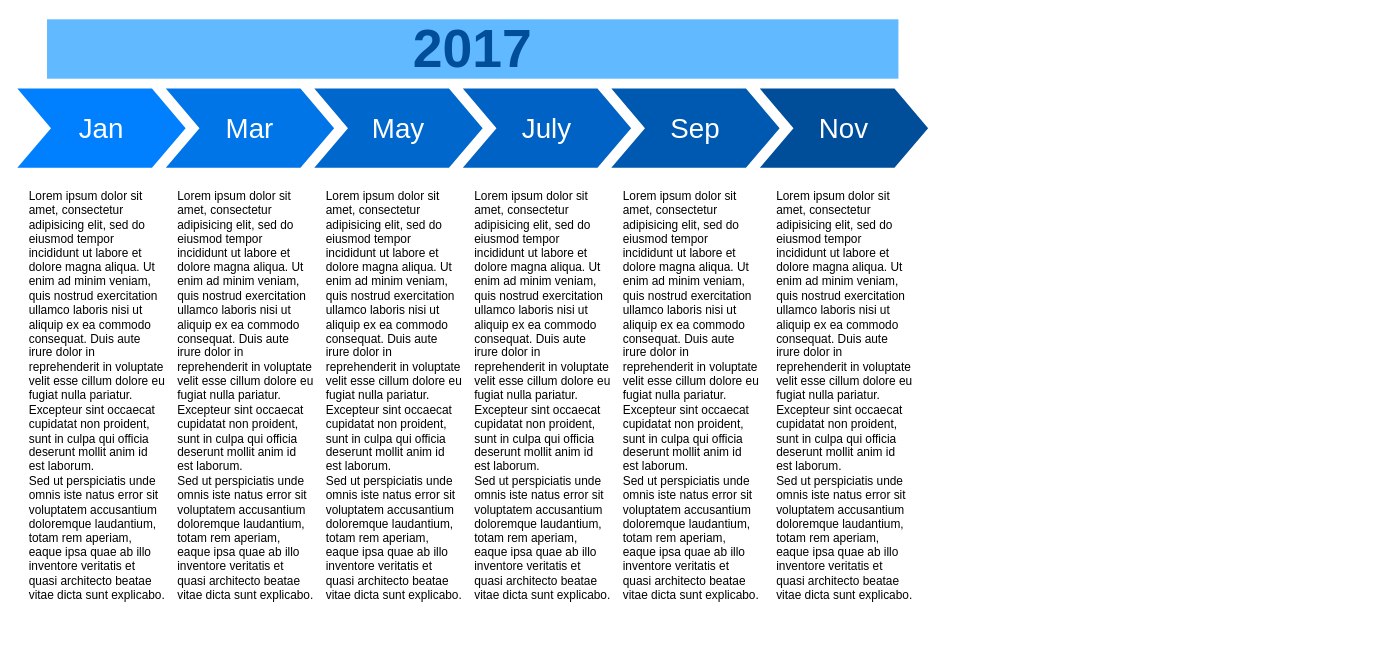
Before: 性能分析.drawio in hottaiger/gitTest, a draw.io diagram. Source tidied: cells renumbered, new cells numbered last; positions are measured from the earlier drawing's top-left corner, leaving out a move shared by most shapes. Both pictures are drawn from the tidied source at 99%, with x=0, y=0 at pixel (17, 19).
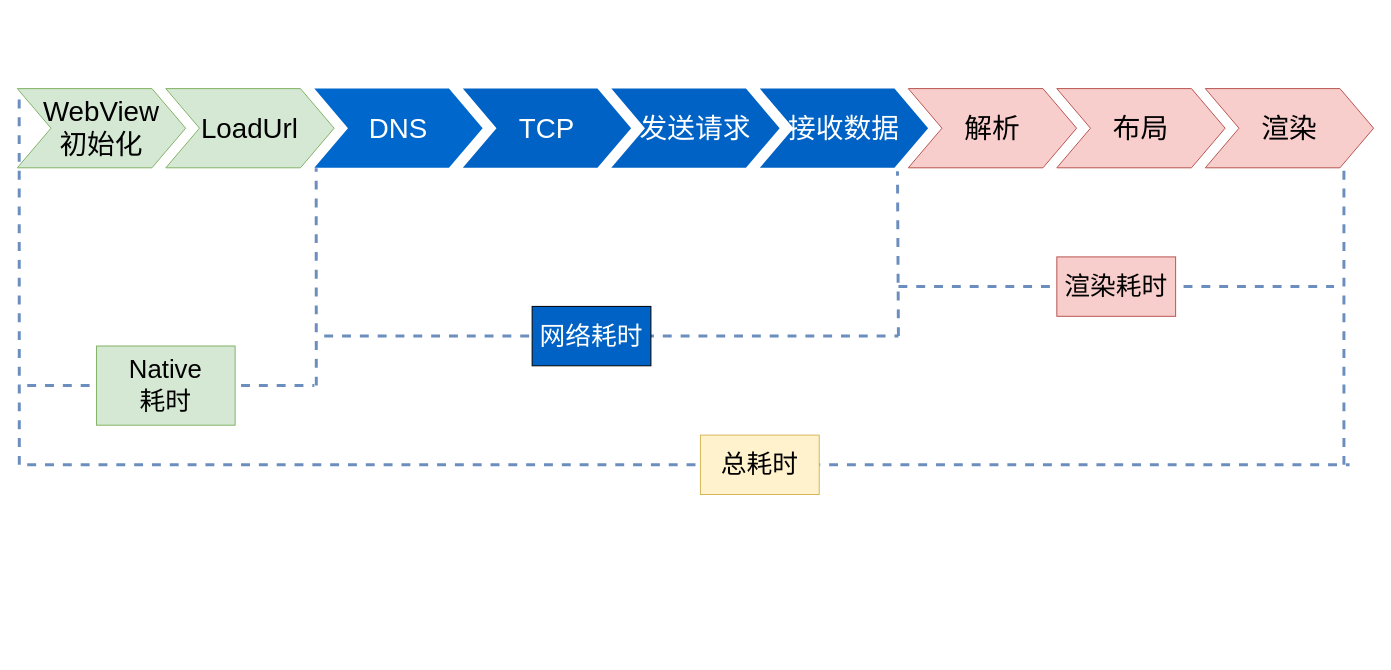
Above is the later version.

Commit message:
更新性能分析.drawio

The edit, as a diff of the source:
```diff
@@
-    <mxCell id="2" value="Jan" style="shape=step;whiteSpace=wrap;html=1;fontSize=28;fillColor=#0080FF;fontColor=#FFFFFF;strokeColor=none;" parent="1" vertex="1">
+    <mxCell id="2" value="WebView&lt;br&gt;初始化" style="shape=step;whiteSpace=wrap;html=1;fontSize=28;fillColor=#d5e8d4;strokeColor=#82b366;" parent="1" vertex="1">
       <mxGeometry y="70" width="170" height="80" as="geometry" />
     </mxCell>
-    <mxCell id="3" value="Mar" style="shape=step;whiteSpace=wrap;html=1;fontSize=28;fillColor=#0075E8;fontColor=#FFFFFF;strokeColor=none;" parent="1" vertex="1">
+    <mxCell id="3" value="LoadUrl" style="shape=step;whiteSpace=wrap;html=1;fontSize=28;fillColor=#d5e8d4;strokeColor=#82b366;" parent="1" vertex="1">
       <mxGeometry x="150" y="70" width="170" height="80" as="geometry" />
     </mxCell>
-    <mxCell id="4" value="May" style="shape=step;whiteSpace=wrap;html=1;fontSize=28;fillColor=#0067CC;fontColor=#FFFFFF;strokeColor=none;" parent="1" vertex="1">
+    <mxCell id="4" value="DNS" style="shape=step;whiteSpace=wrap;html=1;fontSize=28;fillColor=#0067CC;fontColor=#FFFFFF;strokeColor=none;" parent="1" vertex="1">
       <mxGeometry x="300" y="70" width="170" height="80" as="geometry" />
     </mxCell>
-    <mxCell id="5" value="July" style="shape=step;whiteSpace=wrap;html=1;fontSize=28;fillColor=#0062C4;fontColor=#FFFFFF;strokeColor=none;" parent="1" vertex="1">
+    <mxCell id="5" value="TCP" style="shape=step;whiteSpace=wrap;html=1;fontSize=28;fillColor=#0062C4;fontColor=#FFFFFF;strokeColor=none;" parent="1" vertex="1">
       <mxGeometry x="450" y="70" width="170" height="80" as="geometry" />
     </mxCell>
-    <mxCell id="6" value="Sep" style="shape=step;whiteSpace=wrap;html=1;fontSize=28;fillColor=#0059B0;fontColor=#FFFFFF;strokeColor=none;" parent="1" vertex="1">
+    <mxCell id="6" value="发送请求" style="shape=step;whiteSpace=wrap;html=1;fontSize=28;fillColor=#0062C4;fontColor=#FFFFFF;strokeColor=none;" parent="1" vertex="1">
       <mxGeometry x="600" y="70" width="170" height="80" as="geometry" />
     </mxCell>
-    <mxCell id="7" value="Nov" style="shape=step;whiteSpace=wrap;html=1;fontSize=28;fillColor=#004D99;fontColor=#FFFFFF;strokeColor=none;" parent="1" vertex="1">
+    <mxCell id="7" value="接收数据" style="shape=step;whiteSpace=wrap;html=1;fontSize=28;fillColor=#0062C4;fontColor=#FFFFFF;strokeColor=none;" parent="1" vertex="1">
       <mxGeometry x="750" y="70" width="170" height="80" as="geometry" />
     </mxCell>
-    <mxCell id="8" value="2017" style="text;html=1;strokeColor=none;fillColor=#61BAFF;align=center;verticalAlign=middle;whiteSpace=wrap;fontSize=54;fontStyle=1;fontColor=#004D99;" parent="1" vertex="1">
-      <mxGeometry x="30" width="860" height="60" as="geometry" />
-    </mxCell>
-    <mxCell id="9" value="Lorem ipsum dolor sit amet, consectetur adipisicing elit, sed do eiusmod tempor incididunt ut labore et dolore magna aliqua. Ut enim ad minim veniam, quis nostrud exercitation ullamco laboris nisi ut aliquip ex ea commodo consequat. Duis aute irure dolor in reprehenderit in voluptate velit esse cillum dolore eu fugiat nulla pariatur. Excepteur sint occaecat cupidatat non proident, sunt in culpa qui officia deserunt mollit anim id est laborum.&lt;br&gt;Sed ut perspiciatis unde omnis iste natus error sit voluptatem accusantium doloremque laudantium, totam rem aperiam, eaque ipsa quae ab illo inventore veritatis et quasi architecto beatae vitae dicta sunt explicabo." style="text;spacingTop=-5;fillColor=#ffffff;whiteSpace=wrap;html=1;align=left;fontSize=12;fontFamily=Helvetica;fillColor=none;strokeColor=none;" parent="1" vertex="1">
-      <mxGeometry x="10" y="170" width="140" height="470" as="geometry" />
-    </mxCell>
-    <mxCell id="10" value="Lorem ipsum dolor sit amet, consectetur adipisicing elit, sed do eiusmod tempor incididunt ut labore et dolore magna aliqua. Ut enim ad minim veniam, quis nostrud exercitation ullamco laboris nisi ut aliquip ex ea commodo consequat. Duis aute irure dolor in reprehenderit in voluptate velit esse cillum dolore eu fugiat nulla pariatur. Excepteur sint occaecat cupidatat non proident, sunt in culpa qui officia deserunt mollit anim id est laborum.&lt;br&gt;Sed ut perspiciatis unde omnis iste natus error sit voluptatem accusantium doloremque laudantium, totam rem aperiam, eaque ipsa quae ab illo inventore veritatis et quasi architecto beatae vitae dicta sunt explicabo." style="text;spacingTop=-5;fillColor=#ffffff;whiteSpace=wrap;html=1;align=left;fontSize=12;fontFamily=Helvetica;fillColor=none;strokeColor=none;" parent="1" vertex="1">
-      <mxGeometry x="160" y="170" width="140" height="470" as="geometry" />
-    </mxCell>
-    <mxCell id="11" value="Lorem ipsum dolor sit amet, consectetur adipisicing elit, sed do eiusmod tempor incididunt ut labore et dolore magna aliqua. Ut enim ad minim veniam, quis nostrud exercitation ullamco laboris nisi ut aliquip ex ea commodo consequat. Duis aute irure dolor in reprehenderit in voluptate velit esse cillum dolore eu fugiat nulla pariatur. Excepteur sint occaecat cupidatat non proident, sunt in culpa qui officia deserunt mollit anim id est laborum.&lt;br&gt;Sed ut perspiciatis unde omnis iste natus error sit voluptatem accusantium doloremque laudantium, totam rem aperiam, eaque ipsa quae ab illo inventore veritatis et quasi architecto beatae vitae dicta sunt explicabo." style="text;spacingTop=-5;fillColor=#ffffff;whiteSpace=wrap;html=1;align=left;fontSize=12;fontFamily=Helvetica;fillColor=none;strokeColor=none;" parent="1" vertex="1">
-      <mxGeometry x="310" y="170" width="140" height="470" as="geometry" />
-    </mxCell>
-    <mxCell id="12" value="Lorem ipsum dolor sit amet, consectetur adipisicing elit, sed do eiusmod tempor incididunt ut labore et dolore magna aliqua. Ut enim ad minim veniam, quis nostrud exercitation ullamco laboris nisi ut aliquip ex ea commodo consequat. Duis aute irure dolor in reprehenderit in voluptate velit esse cillum dolore eu fugiat nulla pariatur. Excepteur sint occaecat cupidatat non proident, sunt in culpa qui officia deserunt mollit anim id est laborum.&lt;br&gt;Sed ut perspiciatis unde omnis iste natus error sit voluptatem accusantium doloremque laudantium, totam rem aperiam, eaque ipsa quae ab illo inventore veritatis et quasi architecto beatae vitae dicta sunt explicabo." style="text;spacingTop=-5;fillColor=#ffffff;whiteSpace=wrap;html=1;align=left;fontSize=12;fontFamily=Helvetica;fillColor=none;strokeColor=none;" parent="1" vertex="1">
-      <mxGeometry x="460" y="170" width="140" height="470" as="geometry" />
-    </mxCell>
-    <mxCell id="13" value="Lorem ipsum dolor sit amet, consectetur adipisicing elit, sed do eiusmod tempor incididunt ut labore et dolore magna aliqua. Ut enim ad minim veniam, quis nostrud exercitation ullamco laboris nisi ut aliquip ex ea commodo consequat. Duis aute irure dolor in reprehenderit in voluptate velit esse cillum dolore eu fugiat nulla pariatur. Excepteur sint occaecat cupidatat non proident, sunt in culpa qui officia deserunt mollit anim id est laborum.&lt;br&gt;Sed ut perspiciatis unde omnis iste natus error sit voluptatem accusantium doloremque laudantium, totam rem aperiam, eaque ipsa quae ab illo inventore veritatis et quasi architecto beatae vitae dicta sunt explicabo." style="text;spacingTop=-5;fillColor=#ffffff;whiteSpace=wrap;html=1;align=left;fontSize=12;fontFamily=Helvetica;fillColor=none;strokeColor=none;" parent="1" vertex="1">
-      <mxGeometry x="610" y="170" width="140" height="470" as="geometry" />
-    </mxCell>
-    <mxCell id="14" value="Lorem ipsum dolor sit amet, consectetur adipisicing elit, sed do eiusmod tempor incididunt ut labore et dolore magna aliqua. Ut enim ad minim veniam, quis nostrud exercitation ullamco laboris nisi ut aliquip ex ea commodo consequat. Duis aute irure dolor in reprehenderit in voluptate velit esse cillum dolore eu fugiat nulla pariatur. Excepteur sint occaecat cupidatat non proident, sunt in culpa qui officia deserunt mollit anim id est laborum.&lt;br&gt;Sed ut perspiciatis unde omnis iste natus error sit voluptatem accusantium doloremque laudantium, totam rem aperiam, eaque ipsa quae ab illo inventore veritatis et quasi architecto beatae vitae dicta sunt explicabo." style="text;spacingTop=-5;fillColor=#ffffff;whiteSpace=wrap;html=1;align=left;fontSize=12;fontFamily=Helvetica;fillColor=none;strokeColor=none;" parent="1" vertex="1">
-      <mxGeometry x="765" y="170" width="140" height="470" as="geometry" />
-    </mxCell>
+    <mxCell id="15" value="解析" style="shape=step;whiteSpace=wrap;html=1;fontSize=28;fillColor=#f8cecc;strokeColor=#b85450;" parent="1" vertex="1">
+      <mxGeometry x="900" y="70" width="170" height="80" as="geometry" />
+    </mxCell>
+    <mxCell id="16" value="布局" style="shape=step;whiteSpace=wrap;html=1;fontSize=28;fillColor=#f8cecc;strokeColor=#b85450;" parent="1" vertex="1">
+      <mxGeometry x="1050" y="70" width="170" height="80" as="geometry" />
+    </mxCell>
+    <mxCell id="17" value="渲染" style="shape=step;whiteSpace=wrap;html=1;fontSize=28;fillColor=#f8cecc;strokeColor=#b85450;" parent="1" vertex="1">
+      <mxGeometry x="1200" y="70" width="170" height="80" as="geometry" />
+    </mxCell>
+    <mxCell id="18" style="endArrow=none;dashed=1;html=1;rounded=0;entryX=0.011;entryY=0.043;entryDx=0;entryDy=0;entryPerimeter=0;fillColor=#dae8fc;strokeColor=#6c8ebf;strokeWidth=3;" parent="1" edge="1" target="2">
+      <mxGeometry relative="1" as="geometry">
+        <mxPoint x="2" y="450" as="sourcePoint" />
+      </mxGeometry>
+    </mxCell>
+    <mxCell id="19" style="endArrow=none;dashed=1;html=1;rounded=0;strokeWidth=3;entryX=0.011;entryY=1.007;entryDx=0;entryDy=0;entryPerimeter=0;fillColor=#dae8fc;strokeColor=#6c8ebf;" parent="1" edge="1" target="4">
+      <mxGeometry relative="1" as="geometry">
+        <mxPoint x="302" y="370" as="sourcePoint" />
+      </mxGeometry>
+    </mxCell>
+    <mxCell id="20" style="endArrow=none;dashed=1;html=1;rounded=0;strokeWidth=3;fillColor=#dae8fc;strokeColor=#6c8ebf;" parent="1" edge="1">
+      <mxGeometry relative="1" as="geometry">
+        <mxPoint x="10" y="370" as="sourcePoint" />
+        <mxPoint x="300" y="370" as="targetPoint" />
+      </mxGeometry>
+    </mxCell>
+    <mxCell id="21" value="&lt;font style=&quot;font-size: 26px&quot;&gt;Native&lt;br&gt;耗时&lt;/font&gt;" style="rounded=0;whiteSpace=wrap;html=1;fillColor=#d5e8d4;strokeColor=#82b366;" parent="1" vertex="1">
+      <mxGeometry x="80" y="330" width="140" height="80" as="geometry" />
+    </mxCell>
+    <mxCell id="22" style="endArrow=none;dashed=1;html=1;rounded=0;fontSize=26;strokeWidth=3;entryX=0.818;entryY=1.043;entryDx=0;entryDy=0;entryPerimeter=0;fillColor=#dae8fc;strokeColor=#6c8ebf;" parent="1" edge="1" target="7">
+      <mxGeometry relative="1" as="geometry">
+        <mxPoint x="890" y="320" as="sourcePoint" />
+      </mxGeometry>
+    </mxCell>
+    <mxCell id="23" style="endArrow=none;dashed=1;html=1;rounded=0;fontSize=26;strokeWidth=3;entryX=0.818;entryY=1.043;entryDx=0;entryDy=0;entryPerimeter=0;fillColor=#dae8fc;strokeColor=#6c8ebf;" parent="1" edge="1">
+      <mxGeometry relative="1" as="geometry">
+        <mxPoint x="1340" y="450" as="sourcePoint" />
+        <mxPoint x="1340" y="150" as="targetPoint" />
+      </mxGeometry>
+    </mxCell>
+    <mxCell id="24" style="endArrow=none;dashed=1;html=1;rounded=0;fontSize=26;strokeWidth=3;fillColor=#dae8fc;strokeColor=#6c8ebf;" parent="1" edge="1">
+      <mxGeometry relative="1" as="geometry">
+        <mxPoint x="310" y="320" as="sourcePoint" />
+        <mxPoint x="890" y="320" as="targetPoint" />
+      </mxGeometry>
+    </mxCell>
+    <mxCell id="25" value="&lt;font color=&quot;#ffffff&quot;&gt;网络耗时&lt;/font&gt;" style="rounded=0;whiteSpace=wrap;html=1;fontSize=26;fillColor=#0062C4;" parent="1" vertex="1">
+      <mxGeometry x="520" y="290" width="120" height="60" as="geometry" />
+    </mxCell>
+    <mxCell id="26" style="endArrow=none;dashed=1;html=1;rounded=0;fontSize=26;fontColor=#FFFFFF;strokeWidth=3;fillColor=#dae8fc;strokeColor=#6c8ebf;" parent="1" edge="1">
+      <mxGeometry relative="1" as="geometry">
+        <mxPoint x="890" y="270" as="sourcePoint" />
+        <mxPoint x="1330" y="270" as="targetPoint" />
+      </mxGeometry>
+    </mxCell>
+    <mxCell id="27" value="渲染耗时" style="rounded=0;whiteSpace=wrap;html=1;fontSize=26;fillColor=#f8cecc;strokeColor=#b85450;" parent="1" vertex="1">
+      <mxGeometry x="1050" y="240" width="120" height="60" as="geometry" />
+    </mxCell>
+    <mxCell id="28" style="endArrow=none;dashed=1;html=1;rounded=0;fontSize=26;fontColor=#FFFFFF;strokeWidth=3;fillColor=#dae8fc;strokeColor=#6c8ebf;" parent="1" edge="1">
+      <mxGeometry relative="1" as="geometry">
+        <mxPoint x="10" y="450" as="sourcePoint" />
+        <mxPoint x="1345.7" y="450" as="targetPoint" />
+      </mxGeometry>
+    </mxCell>
+    <mxCell id="29" value="总耗时" style="rounded=0;whiteSpace=wrap;html=1;fontSize=26;fillColor=#fff2cc;strokeColor=#d6b656;" parent="1" vertex="1">
+      <mxGeometry x="690" y="420" width="120" height="60" as="geometry" />
+    </mxCell>
```
